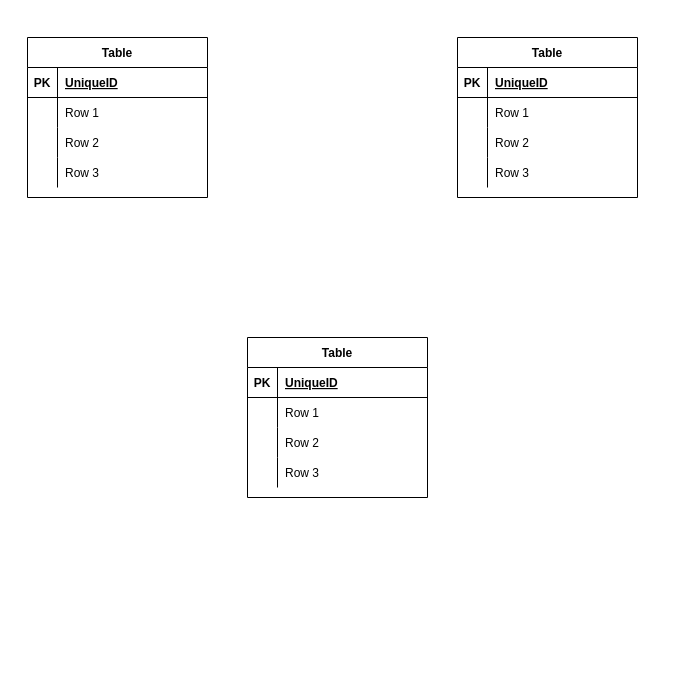
Above: app/views/ER.dio in Kaabocha/tasquest (draw.io), before the change. Source tidied: cells renumbered, new cells numbered last; positions are measured from the earlier drawing's top-left corner, leaving out a move shared by most shapes. Both pictures are drawn from the tidied source at 100%, with x=0, y=0 at pixel (27, 37).
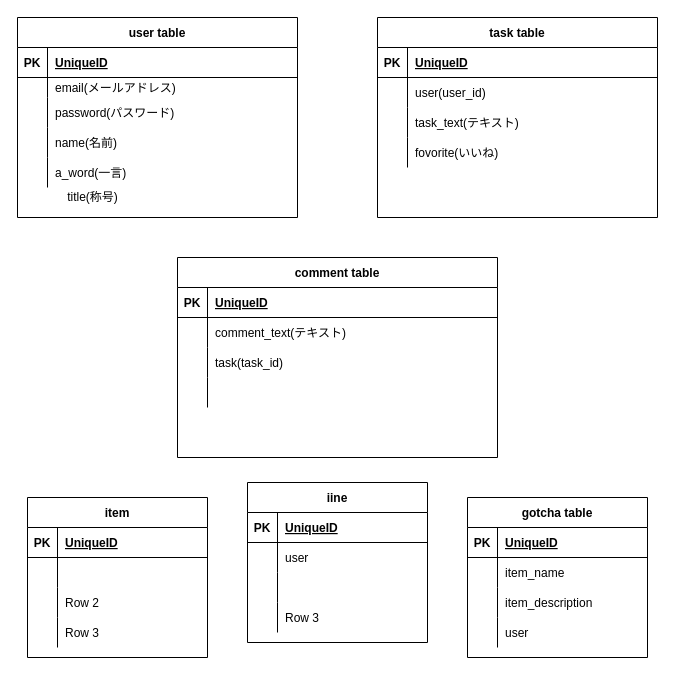
Above is the later version.

Unchanged cells that the change refers to:
```xml
<mxCell id="32" style="shape=partialRectangle;fillColor=none;top=0;left=0;bottom=0;right=0;" parent="28" vertex="1">
  <mxGeometry y="60" width="180" height="30" as="geometry" />
</mxCell>
<mxCell id="35" style="shape=partialRectangle;fillColor=none;top=0;left=0;bottom=0;right=0;" parent="28" vertex="1">
  <mxGeometry y="90" width="180" height="30" as="geometry" />
</mxCell>
<mxCell id="38" style="shape=partialRectangle;fillColor=none;top=0;left=0;bottom=0;right=0;" parent="28" vertex="1">
  <mxGeometry y="120" width="180" height="30" as="geometry" />
</mxCell>
```

The edit, as a diff of the source:
```diff
@@
-    <mxCell id="2" value="Table" style="shape=table;startSize=30;childLayout=tableLayout;rowLines=0;fontStyle=1;align=center;" parent="1" vertex="1">
-      <mxGeometry width="180" height="160" as="geometry" />
+    <mxCell id="2" value="user table" style="shape=table;startSize=30;childLayout=tableLayout;rowLines=0;fontStyle=1;align=center;" parent="1" vertex="1">
+      <mxGeometry x="-10" y="-20" width="280" height="200" as="geometry" />
     </mxCell>
     <mxCell id="3" style="shape=partialRectangle;fillColor=none;top=0;left=0;bottom=1;right=0;" parent="2" vertex="1">
-      <mxGeometry y="30" width="180" height="30" as="geometry" />
+      <mxGeometry y="30" width="280" height="30" as="geometry" />
     </mxCell>
@@
     <mxCell id="5" value="UniqueID" style="shape=partialRectangle;fillColor=none;top=0;left=0;bottom=0;right=0;align=left;spacingLeft=6;fontStyle=5;overflow=hidden;" parent="3" vertex="1">
-      <mxGeometry x="30" width="150" height="30" as="geometry" />
+      <mxGeometry x="30" width="250" height="30" as="geometry" />
     </mxCell>
     <mxCell id="6" style="shape=partialRectangle;fillColor=none;top=0;left=0;bottom=0;right=0;" parent="2" vertex="1">
-      <mxGeometry y="60" width="180" height="30" as="geometry" />
+      <mxGeometry y="60" width="280" height="20" as="geometry" />
     </mxCell>
     <mxCell id="7" style="shape=partialRectangle;fillColor=none;top=0;left=0;bottom=0;right=0;overflow=hidden;" parent="6" vertex="1">
-      <mxGeometry width="30" height="30" as="geometry" />
+      <mxGeometry width="30" height="20" as="geometry" />
     </mxCell>
-    <mxCell id="8" value="Row 1" style="shape=partialRectangle;fillColor=none;top=0;left=0;bottom=0;right=0;align=left;spacingLeft=6;overflow=hidden;" parent="6" vertex="1">
-      <mxGeometry x="30" width="150" height="30" as="geometry" />
+    <mxCell id="8" value="email(メールアドレス)" style="shape=partialRectangle;fillColor=none;top=0;left=0;bottom=0;right=0;align=left;spacingLeft=6;overflow=hidden;" parent="6" vertex="1">
+      <mxGeometry x="30" width="250" height="20" as="geometry" />
     </mxCell>
     <mxCell id="9" style="shape=partialRectangle;fillColor=none;top=0;left=0;bottom=0;right=0;" parent="2" vertex="1">
-      <mxGeometry y="90" width="180" height="30" as="geometry" />
+      <mxGeometry y="80" width="280" height="30" as="geometry" />
     </mxCell>
@@
-    <mxCell id="11" value="Row 2" style="shape=partialRectangle;fillColor=none;top=0;left=0;bottom=0;right=0;align=left;spacingLeft=6;overflow=hidden;" parent="9" vertex="1">
-      <mxGeometry x="30" width="150" height="30" as="geometry" />
+    <mxCell id="11" value="password(パスワード)" style="shape=partialRectangle;fillColor=none;top=0;left=0;bottom=0;right=0;align=left;spacingLeft=6;overflow=hidden;" parent="9" vertex="1">
+      <mxGeometry x="30" width="250" height="30" as="geometry" />
     </mxCell>
     <mxCell id="12" style="shape=partialRectangle;fillColor=none;top=0;left=0;bottom=0;right=0;" parent="2" vertex="1">
-      <mxGeometry y="120" width="180" height="30" as="geometry" />
+      <mxGeometry y="110" width="280" height="30" as="geometry" />
     </mxCell>
@@
-    <mxCell id="14" value="Row 3" style="shape=partialRectangle;fillColor=none;top=0;left=0;bottom=0;right=0;align=left;spacingLeft=6;overflow=hidden;" parent="12" vertex="1">
-      <mxGeometry x="30" width="150" height="30" as="geometry" />
+    <mxCell id="14" value="name(名前)" style="shape=partialRectangle;fillColor=none;top=0;left=0;bottom=0;right=0;align=left;spacingLeft=6;overflow=hidden;" parent="12" vertex="1">
+      <mxGeometry x="30" width="250" height="30" as="geometry" />
     </mxCell>
+    <mxCell id="41" style="shape=partialRectangle;fillColor=none;top=0;left=0;bottom=0;right=0;" parent="2" vertex="1">
+      <mxGeometry y="140" width="280" height="30" as="geometry" />
+    </mxCell>
+    <mxCell id="42" style="shape=partialRectangle;fillColor=none;top=0;left=0;bottom=0;right=0;overflow=hidden;" parent="41" vertex="1">
+      <mxGeometry width="30" height="30" as="geometry" />
+    </mxCell>
+    <mxCell id="43" value="a_word(一言)" style="shape=partialRectangle;fillColor=none;top=0;left=0;bottom=0;right=0;align=left;spacingLeft=6;overflow=hidden;" parent="41" vertex="1">
+      <mxGeometry x="30" width="250" height="30" as="geometry" />
+    </mxCell>
-    <mxCell id="15" value="Table" style="shape=table;startSize=30;childLayout=tableLayout;rowLines=0;fontStyle=1;align=center;" parent="1" vertex="1">
-      <mxGeometry x="430" width="180" height="160" as="geometry" />
+    <mxCell id="15" value="task table" style="shape=table;startSize=30;childLayout=tableLayout;rowLines=0;fontStyle=1;align=center;" parent="1" vertex="1">
+      <mxGeometry x="350" y="-20" width="280" height="200" as="geometry" />
     </mxCell>
     <mxCell id="16" style="shape=partialRectangle;fillColor=none;top=0;left=0;bottom=1;right=0;" parent="15" vertex="1">
-      <mxGeometry y="30" width="180" height="30" as="geometry" />
+      <mxGeometry y="30" width="280" height="30" as="geometry" />
     </mxCell>
@@
     <mxCell id="18" value="UniqueID" style="shape=partialRectangle;fillColor=none;top=0;left=0;bottom=0;right=0;align=left;spacingLeft=6;fontStyle=5;overflow=hidden;" parent="16" vertex="1">
-      <mxGeometry x="30" width="150" height="30" as="geometry" />
+      <mxGeometry x="30" width="250" height="30" as="geometry" />
     </mxCell>
     <mxCell id="19" style="shape=partialRectangle;fillColor=none;top=0;left=0;bottom=0;right=0;" parent="15" vertex="1">
-      <mxGeometry y="60" width="180" height="30" as="geometry" />
+      <mxGeometry y="60" width="280" height="30" as="geometry" />
     </mxCell>
@@
-    <mxCell id="21" value="Row 1" style="shape=partialRectangle;fillColor=none;top=0;left=0;bottom=0;right=0;align=left;spacingLeft=6;overflow=hidden;" parent="19" vertex="1">
-      <mxGeometry x="30" width="150" height="30" as="geometry" />
+    <mxCell id="21" value="user(user_id)" style="shape=partialRectangle;fillColor=none;top=0;left=0;bottom=0;right=0;align=left;spacingLeft=6;overflow=hidden;" parent="19" vertex="1">
+      <mxGeometry x="30" width="250" height="30" as="geometry" />
     </mxCell>
     <mxCell id="22" style="shape=partialRectangle;fillColor=none;top=0;left=0;bottom=0;right=0;" parent="15" vertex="1">
-      <mxGeometry y="90" width="180" height="30" as="geometry" />
+      <mxGeometry y="90" width="280" height="30" as="geometry" />
     </mxCell>
@@
-    <mxCell id="24" value="Row 2" style="shape=partialRectangle;fillColor=none;top=0;left=0;bottom=0;right=0;align=left;spacingLeft=6;overflow=hidden;" parent="22" vertex="1">
-      <mxGeometry x="30" width="150" height="30" as="geometry" />
+    <mxCell id="24" value="task_text(テキスト)" style="shape=partialRectangle;fillColor=none;top=0;left=0;bottom=0;right=0;align=left;spacingLeft=6;overflow=hidden;" parent="22" vertex="1">
+      <mxGeometry x="30" width="250" height="30" as="geometry" />
     </mxCell>
     <mxCell id="25" style="shape=partialRectangle;fillColor=none;top=0;left=0;bottom=0;right=0;" parent="15" vertex="1">
-      <mxGeometry y="120" width="180" height="30" as="geometry" />
+      <mxGeometry y="120" width="280" height="30" as="geometry" />
     </mxCell>
@@
-    <mxCell id="27" value="Row 3" style="shape=partialRectangle;fillColor=none;top=0;left=0;bottom=0;right=0;align=left;spacingLeft=6;overflow=hidden;" parent="25" vertex="1">
-      <mxGeometry x="30" width="150" height="30" as="geometry" />
+    <mxCell id="27" value="fovorite(いいね)" style="shape=partialRectangle;fillColor=none;top=0;left=0;bottom=0;right=0;align=left;spacingLeft=6;overflow=hidden;" parent="25" vertex="1">
+      <mxGeometry x="30" width="250" height="30" as="geometry" />
     </mxCell>
-    <mxCell id="28" value="Table" style="shape=table;startSize=30;childLayout=tableLayout;rowLines=0;fontStyle=1;align=center;" parent="1" vertex="1">
-      <mxGeometry x="220" y="300" width="180" height="160" as="geometry" />
+    <mxCell id="28" value="gotcha table" style="shape=table;startSize=30;childLayout=tableLayout;rowLines=0;fontStyle=1;align=center;" parent="1" vertex="1">
+      <mxGeometry x="440" y="460" width="180" height="160" as="geometry" />
     </mxCell>
@@
-    <mxCell id="34" value="Row 1" style="shape=partialRectangle;fillColor=none;top=0;left=0;bottom=0;right=0;align=left;spacingLeft=6;overflow=hidden;" parent="32" vertex="1">
+    <mxCell id="34" value="item_name" style="shape=partialRectangle;fillColor=none;top=0;left=0;bottom=0;right=0;align=left;spacingLeft=6;overflow=hidden;" parent="32" vertex="1">
       <mxGeometry x="30" width="150" height="30" as="geometry" />
     </mxCell>
@@
-    <mxCell id="37" value="Row 2" style="shape=partialRectangle;fillColor=none;top=0;left=0;bottom=0;right=0;align=left;spacingLeft=6;overflow=hidden;" parent="35" vertex="1">
+    <mxCell id="37" value="item_description" style="shape=partialRectangle;fillColor=none;top=0;left=0;bottom=0;right=0;align=left;spacingLeft=6;overflow=hidden;" parent="35" vertex="1">
       <mxGeometry x="30" width="150" height="30" as="geometry" />
     </mxCell>
@@
-    <mxCell id="40" value="Row 3" style="shape=partialRectangle;fillColor=none;top=0;left=0;bottom=0;right=0;align=left;spacingLeft=6;overflow=hidden;" parent="38" vertex="1">
+    <mxCell id="40" value="user" style="shape=partialRectangle;fillColor=none;top=0;left=0;bottom=0;right=0;align=left;spacingLeft=6;overflow=hidden;" parent="38" vertex="1">
       <mxGeometry x="30" width="150" height="30" as="geometry" />
     </mxCell>
+    <mxCell id="44" value="item" style="shape=table;startSize=30;childLayout=tableLayout;rowLines=0;fontStyle=1;align=center;" parent="1" vertex="1">
+      <mxGeometry y="460" width="180" height="160" as="geometry" />
+    </mxCell>
+    <mxCell id="45" style="shape=partialRectangle;fillColor=none;top=0;left=0;bottom=1;right=0;" parent="44" vertex="1">
+      <mxGeometry y="30" width="180" height="30" as="geometry" />
+    </mxCell>
+    <mxCell id="46" value="PK" style="shape=partialRectangle;fillColor=none;top=0;left=0;bottom=0;right=0;fontStyle=1;overflow=hidden;" parent="45" vertex="1">
+      <mxGeometry width="30" height="30" as="geometry" />
+    </mxCell>
+    <mxCell id="47" value="UniqueID" style="shape=partialRectangle;fillColor=none;top=0;left=0;bottom=0;right=0;align=left;spacingLeft=6;fontStyle=5;overflow=hidden;" parent="45" vertex="1">
+      <mxGeometry x="30" width="150" height="30" as="geometry" />
+    </mxCell>
+    <mxCell id="48" style="shape=partialRectangle;fillColor=none;top=0;left=0;bottom=0;right=0;" parent="44" vertex="1">
+      <mxGeometry y="60" width="180" height="30" as="geometry" />
+    </mxCell>
+    <mxCell id="49" style="shape=partialRectangle;fillColor=none;top=0;left=0;bottom=0;right=0;overflow=hidden;" parent="48" vertex="1">
+      <mxGeometry width="30" height="30" as="geometry" />
+    </mxCell>
+    <mxCell id="50" style="shape=partialRectangle;fillColor=none;top=0;left=0;bottom=0;right=0;align=left;spacingLeft=6;overflow=hidden;" parent="48" vertex="1">
+      <mxGeometry x="30" width="150" height="30" as="geometry" />
+    </mxCell>
+    <mxCell id="51" style="shape=partialRectangle;fillColor=none;top=0;left=0;bottom=0;right=0;" parent="44" vertex="1">
+      <mxGeometry y="90" width="180" height="30" as="geometry" />
+    </mxCell>
+    <mxCell id="52" style="shape=partialRectangle;fillColor=none;top=0;left=0;bottom=0;right=0;overflow=hidden;" parent="51" vertex="1">
+      <mxGeometry width="30" height="30" as="geometry" />
+    </mxCell>
+    <mxCell id="53" value="Row 2" style="shape=partialRectangle;fillColor=none;top=0;left=0;bottom=0;right=0;align=left;spacingLeft=6;overflow=hidden;" parent="51" vertex="1">
+      <mxGeometry x="30" width="150" height="30" as="geometry" />
+    </mxCell>
+    <mxCell id="54" style="shape=partialRectangle;fillColor=none;top=0;left=0;bottom=0;right=0;" parent="44" vertex="1">
+      <mxGeometry y="120" width="180" height="30" as="geometry" />
+    </mxCell>
+    <mxCell id="55" style="shape=partialRectangle;fillColor=none;top=0;left=0;bottom=0;right=0;overflow=hidden;" parent="54" vertex="1">
+      <mxGeometry width="30" height="30" as="geometry" />
+    </mxCell>
+    <mxCell id="56" value="Row 3" style="shape=partialRectangle;fillColor=none;top=0;left=0;bottom=0;right=0;align=left;spacingLeft=6;overflow=hidden;" parent="54" vertex="1">
+      <mxGeometry x="30" width="150" height="30" as="geometry" />
+    </mxCell>
+    <mxCell id="57" value="iine" style="shape=table;startSize=30;childLayout=tableLayout;rowLines=0;fontStyle=1;align=center;" parent="1" vertex="1">
+      <mxGeometry x="220" y="445" width="180" height="160" as="geometry" />
+    </mxCell>
+    <mxCell id="58" style="shape=partialRectangle;fillColor=none;top=0;left=0;bottom=1;right=0;" parent="57" vertex="1">
+      <mxGeometry y="30" width="180" height="30" as="geometry" />
+    </mxCell>
+    <mxCell id="59" value="PK" style="shape=partialRectangle;fillColor=none;top=0;left=0;bottom=0;right=0;fontStyle=1;overflow=hidden;" parent="58" vertex="1">
+      <mxGeometry width="30" height="30" as="geometry" />
+    </mxCell>
+    <mxCell id="60" value="UniqueID" style="shape=partialRectangle;fillColor=none;top=0;left=0;bottom=0;right=0;align=left;spacingLeft=6;fontStyle=5;overflow=hidden;" parent="58" vertex="1">
+      <mxGeometry x="30" width="150" height="30" as="geometry" />
+    </mxCell>
+    <mxCell id="61" style="shape=partialRectangle;fillColor=none;top=0;left=0;bottom=0;right=0;" parent="57" vertex="1">
+      <mxGeometry y="60" width="180" height="30" as="geometry" />
+    </mxCell>
+    <mxCell id="62" style="shape=partialRectangle;fillColor=none;top=0;left=0;bottom=0;right=0;overflow=hidden;" parent="61" vertex="1">
+      <mxGeometry width="30" height="30" as="geometry" />
+    </mxCell>
+    <mxCell id="63" value="user" style="shape=partialRectangle;fillColor=none;top=0;left=0;bottom=0;right=0;align=left;spacingLeft=6;overflow=hidden;" parent="61" vertex="1">
+      <mxGeometry x="30" width="150" height="30" as="geometry" />
+    </mxCell>
+    <mxCell id="64" style="shape=partialRectangle;fillColor=none;top=0;left=0;bottom=0;right=0;" parent="57" vertex="1">
+      <mxGeometry y="90" width="180" height="30" as="geometry" />
+    </mxCell>
+    <mxCell id="65" style="shape=partialRectangle;fillColor=none;top=0;left=0;bottom=0;right=0;overflow=hidden;" parent="64" vertex="1">
+      <mxGeometry width="30" height="30" as="geometry" />
+    </mxCell>
+    <mxCell id="66" style="shape=partialRectangle;fillColor=none;top=0;left=0;bottom=0;right=0;align=left;spacingLeft=6;overflow=hidden;" parent="64" vertex="1">
+      <mxGeometry x="30" width="150" height="30" as="geometry" />
+    </mxCell>
+    <mxCell id="67" style="shape=partialRectangle;fillColor=none;top=0;left=0;bottom=0;right=0;" parent="57" vertex="1">
+      <mxGeometry y="120" width="180" height="30" as="geometry" />
+    </mxCell>
+    <mxCell id="68" style="shape=partialRectangle;fillColor=none;top=0;left=0;bottom=0;right=0;overflow=hidden;" parent="67" vertex="1">
+      <mxGeometry width="30" height="30" as="geometry" />
+    </mxCell>
+    <mxCell id="69" value="Row 3" style="shape=partialRectangle;fillColor=none;top=0;left=0;bottom=0;right=0;align=left;spacingLeft=6;overflow=hidden;" parent="67" vertex="1">
+      <mxGeometry x="30" width="150" height="30" as="geometry" />
+    </mxCell>
+    <mxCell id="70" value="comment table" style="shape=table;startSize=30;childLayout=tableLayout;rowLines=0;fontStyle=1;align=center;" parent="1" vertex="1">
+      <mxGeometry x="150" y="220" width="320" height="200" as="geometry" />
+    </mxCell>
+    <mxCell id="71" style="shape=partialRectangle;fillColor=none;top=0;left=0;bottom=1;right=0;" parent="70" vertex="1">
+      <mxGeometry y="30" width="320" height="30" as="geometry" />
+    </mxCell>
+    <mxCell id="72" value="PK" style="shape=partialRectangle;fillColor=none;top=0;left=0;bottom=0;right=0;fontStyle=1;overflow=hidden;" parent="71" vertex="1">
+      <mxGeometry width="30" height="30" as="geometry" />
+    </mxCell>
+    <mxCell id="73" value="UniqueID" style="shape=partialRectangle;fillColor=none;top=0;left=0;bottom=0;right=0;align=left;spacingLeft=6;fontStyle=5;overflow=hidden;" parent="71" vertex="1">
+      <mxGeometry x="30" width="290" height="30" as="geometry" />
+    </mxCell>
+    <mxCell id="74" style="shape=partialRectangle;fillColor=none;top=0;left=0;bottom=0;right=0;" parent="70" vertex="1">
+      <mxGeometry y="60" width="320" height="30" as="geometry" />
+    </mxCell>
+    <mxCell id="75" style="shape=partialRectangle;fillColor=none;top=0;left=0;bottom=0;right=0;overflow=hidden;" parent="74" vertex="1">
+      <mxGeometry width="30" height="30" as="geometry" />
+    </mxCell>
+    <mxCell id="76" value="comment_text(テキスト)" style="shape=partialRectangle;fillColor=none;top=0;left=0;bottom=0;right=0;align=left;spacingLeft=6;overflow=hidden;" parent="74" vertex="1">
+      <mxGeometry x="30" width="290" height="30" as="geometry" />
+    </mxCell>
+    <mxCell id="77" style="shape=partialRectangle;fillColor=none;top=0;left=0;bottom=0;right=0;" parent="70" vertex="1">
+      <mxGeometry y="90" width="320" height="30" as="geometry" />
+    </mxCell>
+    <mxCell id="78" style="shape=partialRectangle;fillColor=none;top=0;left=0;bottom=0;right=0;overflow=hidden;" parent="77" vertex="1">
+      <mxGeometry width="30" height="30" as="geometry" />
+    </mxCell>
+    <mxCell id="79" value="task(task_id)" style="shape=partialRectangle;fillColor=none;top=0;left=0;bottom=0;right=0;align=left;spacingLeft=6;overflow=hidden;" parent="77" vertex="1">
+      <mxGeometry x="30" width="290" height="30" as="geometry" />
+    </mxCell>
+    <mxCell id="80" style="shape=partialRectangle;fillColor=none;top=0;left=0;bottom=0;right=0;" parent="70" vertex="1">
+      <mxGeometry y="120" width="320" height="30" as="geometry" />
+    </mxCell>
+    <mxCell id="81" style="shape=partialRectangle;fillColor=none;top=0;left=0;bottom=0;right=0;overflow=hidden;" parent="80" vertex="1">
+      <mxGeometry width="30" height="30" as="geometry" />
+    </mxCell>
+    <mxCell id="82" style="shape=partialRectangle;fillColor=none;top=0;left=0;bottom=0;right=0;align=left;spacingLeft=6;overflow=hidden;" parent="80" vertex="1">
+      <mxGeometry x="30" width="290" height="30" as="geometry" />
+    </mxCell>
+    <mxCell id="83" value="title(称号)" style="text;html=1;align=center;verticalAlign=middle;" parent="1" vertex="1">
+      <mxGeometry x="30" y="150" width="70" height="20" as="geometry" />
+    </mxCell>
```
